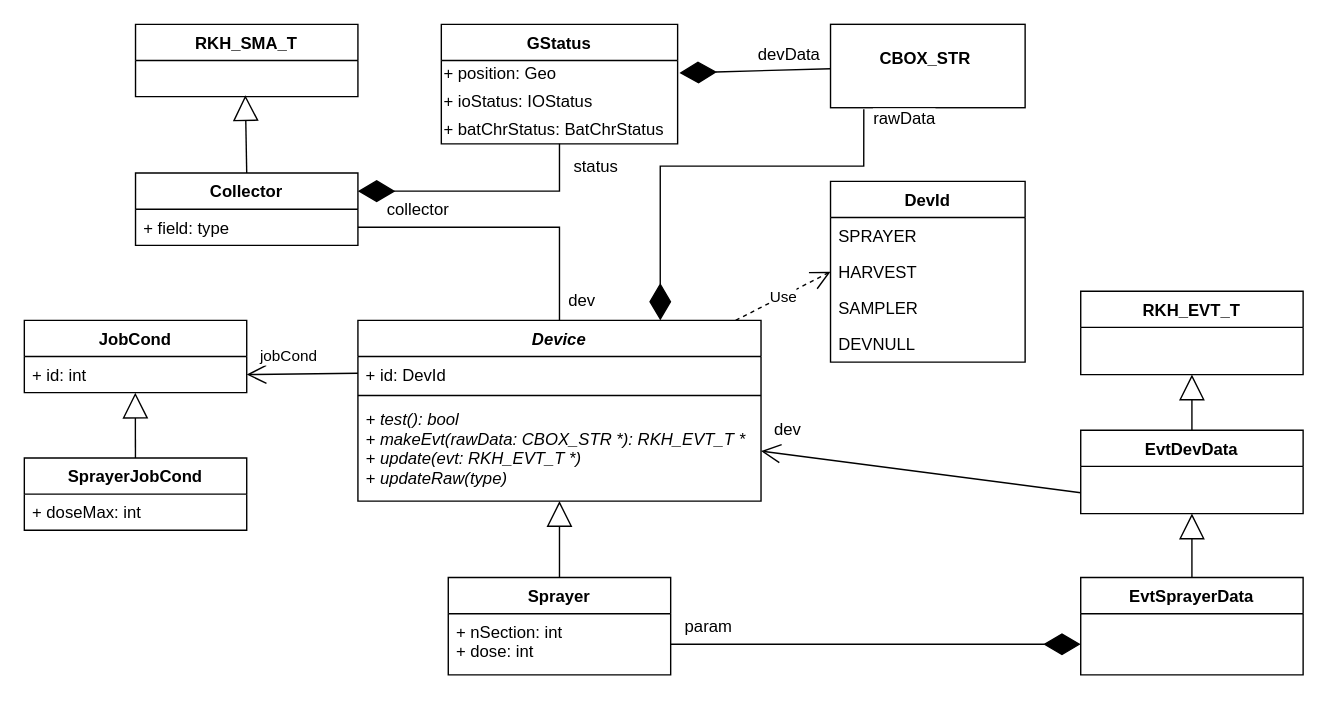
The draw.io diagram page "Structure" (4 of 4) of models/structure-interaction/collector.drawio in vortexmakes/AgroIoT, before the edit. Source tidied: cells renumbered, new cells numbered last; positions are measured from the earlier drawing's top-left corner, leaving out a move shared by most shapes. Both pictures are drawn from the tidied source at 139%, with x=0, y=0 at pixel (24, 24).
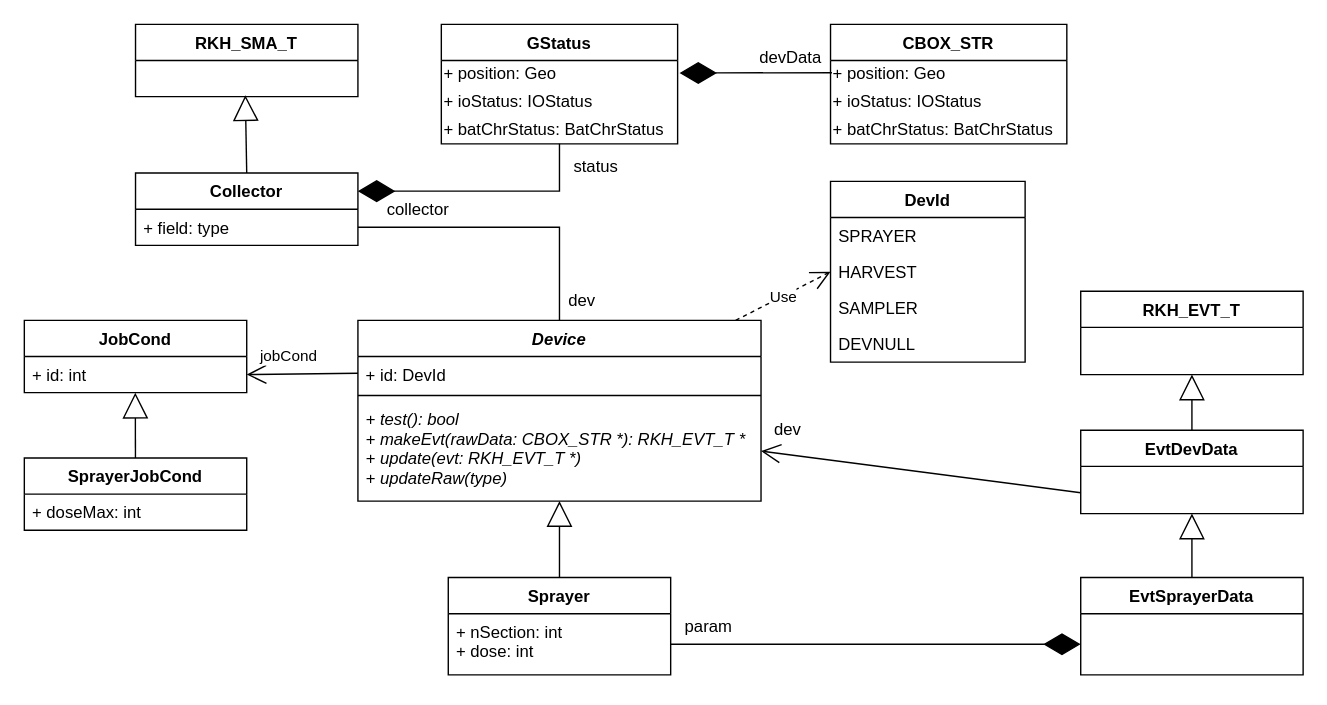
The same page after the edit.

The change refers to these unchanged cells:
```xml
<mxCell id="8" value="Device" style="swimlane;fontStyle=3;align=center;verticalAlign=top;horizontal=1;startSize=26;" parent="1" vertex="1">
  <mxGeometry x="240" y="213" width="290" height="130" as="geometry" />
</mxCell>
<mxCell id="39" value="+ position: Geo" style="text;html=1;points=[];align=left;verticalAlign=top;spacingTop=-4;" parent="38" vertex="1">
  <mxGeometry y="26" width="170" height="20" as="geometry" />
</mxCell>
```

The edit, as a diff of the source:
```diff
@@
-    <mxCell id="28" value="&lt;p style=&quot;margin: 0px ; margin-top: 4px ; text-align: center&quot;&gt;&lt;br&gt;&lt;span style=&quot;text-align: left&quot;&gt;&lt;b&gt;CBOX_STR&amp;nbsp;&lt;/b&gt;&lt;/span&gt;&lt;br&gt;&lt;/p&gt;" style="verticalAlign=top;align=left;overflow=fill;fontSize=12;fontFamily=Helvetica;html=1;" parent="1" vertex="1">
-      <mxGeometry x="580" width="140" height="60" as="geometry" />
-    </mxCell>
@@
-    <mxCell id="44" style="endArrow=diamondThin;endFill=1;endSize=24;html=1;arcSize=0;entryX=1.008;entryY=0.45;entryDx=0;entryDy=0;entryPerimeter=0;" parent="1" edge="1" source="28" target="39">
+    <mxCell id="44" style="endArrow=diamondThin;endFill=1;endSize=24;html=1;arcSize=0;entryX=1.008;entryY=0.45;entryDx=0;entryDy=0;entryPerimeter=0;exitX=0.006;exitY=0.44;exitDx=0;exitDy=0;exitPerimeter=0;" parent="1" edge="1" source="48" target="39">
       <mxGeometry relative="1" as="geometry" />
     </mxCell>
@@
-    <mxCell id="46" style="endArrow=diamondThin;endFill=1;endSize=24;html=1;arcSize=0;entryX=0.75;entryY=0;entryDx=0;entryDy=0;exitX=0.171;exitY=1.017;exitDx=0;exitDy=0;exitPerimeter=0;edgeStyle=orthogonalEdgeStyle;" parent="1" edge="1" source="28" target="8">
-      <mxGeometry relative="1" as="geometry">
-        <Array as="points">
-          <mxPoint x="604" y="102" />
-          <mxPoint x="457" y="102" />
-        </Array>
-      </mxGeometry>
-    </mxCell>
-    <mxCell id="47" value="rawData" style="text;html=1;align=center;verticalAlign=middle;labelBackgroundColor=#ffffff;" parent="46" vertex="1">
-      <mxGeometry x="-0.37" y="-2" relative="1" as="geometry">
-        <mxPoint x="81.5" y="-32.5" as="offset" />
-      </mxGeometry>
-    </mxCell>
+    <mxCell id="28" value="CBOX_STR" style="swimlane;fontStyle=1;align=center;verticalAlign=top;horizontal=1;startSize=26;" parent="1" vertex="1">
+      <mxGeometry x="580" width="170" height="86" as="geometry" />
+    </mxCell>
+    <mxCell id="48" value="+ position: Geo" style="text;html=1;points=[];align=left;verticalAlign=top;spacingTop=-4;" parent="28" vertex="1">
+      <mxGeometry y="26" width="170" height="20" as="geometry" />
+    </mxCell>
+    <mxCell id="49" value="+ ioStatus: IOStatus" style="text;html=1;align=left;verticalAlign=top;spacingTop=-4;" parent="28" vertex="1">
+      <mxGeometry y="46" width="170" height="20" as="geometry" />
+    </mxCell>
+    <mxCell id="50" value="+ batChrStatus: BatChrStatus" style="text;html=1;align=left;verticalAlign=top;spacingTop=-4;" parent="28" vertex="1">
+      <mxGeometry y="66" width="170" height="20" as="geometry" />
+    </mxCell>
```
